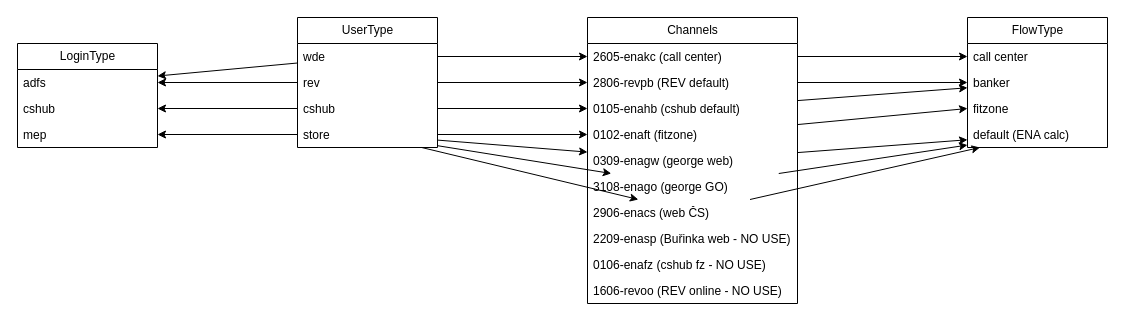
Above: ENA_model.drawio in ondrejtuma-ext43301/diagrams (draw.io), before the change. Source tidied: cells renumbered, new cells numbered last; positions are measured from the earlier drawing's top-left corner, leaving out a move shared by most shapes. Both pictures are drawn from the tidied source at 100%, with x=0, y=0 at pixel (17, 17).
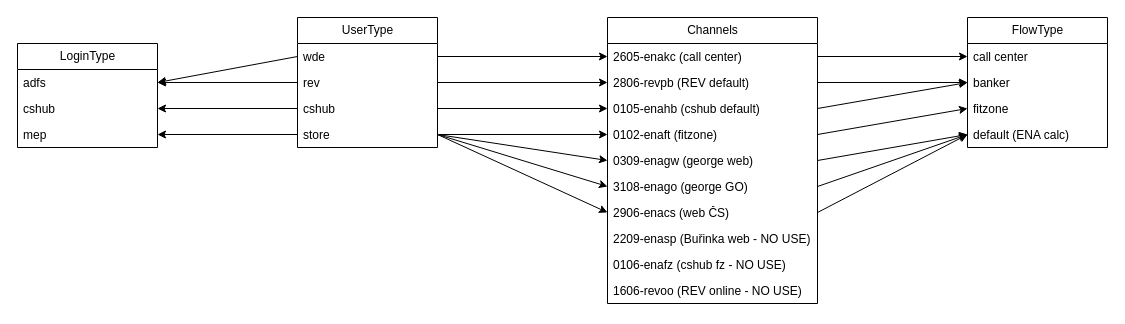
Above is the later version.

Unchanged cells that the change refers to:
```xml
<mxCell id="3" value="wde" style="text;strokeColor=none;fillColor=none;align=left;verticalAlign=top;spacingLeft=4;spacingRight=4;overflow=hidden;points=[[0,0.5],[1,0.5]];portConstraint=eastwest;whiteSpace=wrap;html=1;" parent="2" vertex="1">
  <mxGeometry y="26" width="140" height="26" as="geometry" />
</mxCell>
<mxCell id="4" value="rev" style="text;strokeColor=none;fillColor=none;align=left;verticalAlign=top;spacingLeft=4;spacingRight=4;overflow=hidden;points=[[0,0.5],[1,0.5]];portConstraint=eastwest;whiteSpace=wrap;html=1;" parent="2" vertex="1">
  <mxGeometry y="52" width="140" height="26" as="geometry" />
</mxCell>
<mxCell id="5" value="cshub" style="text;strokeColor=none;fillColor=none;align=left;verticalAlign=top;spacingLeft=4;spacingRight=4;overflow=hidden;points=[[0,0.5],[1,0.5]];portConstraint=eastwest;whiteSpace=wrap;html=1;" parent="2" vertex="1">
  <mxGeometry y="78" width="140" height="26" as="geometry" />
</mxCell>
<mxCell id="6" value="store" style="text;strokeColor=none;fillColor=none;align=left;verticalAlign=top;spacingLeft=4;spacingRight=4;overflow=hidden;points=[[0,0.5],[1,0.5]];portConstraint=eastwest;whiteSpace=wrap;html=1;" parent="2" vertex="1">
  <mxGeometry y="104" width="140" height="26" as="geometry" />
</mxCell>
<mxCell id="8" value="adfs" style="text;strokeColor=none;fillColor=none;align=left;verticalAlign=top;spacingLeft=4;spacingRight=4;overflow=hidden;points=[[0,0.5],[1,0.5]];portConstraint=eastwest;whiteSpace=wrap;html=1;" parent="7" vertex="1">
  <mxGeometry y="26" width="140" height="26" as="geometry" />
</mxCell>
<mxCell id="9" value="cshub" style="text;strokeColor=none;fillColor=none;align=left;verticalAlign=top;spacingLeft=4;spacingRight=4;overflow=hidden;points=[[0,0.5],[1,0.5]];portConstraint=eastwest;whiteSpace=wrap;html=1;" parent="7" vertex="1">
  <mxGeometry y="52" width="140" height="26" as="geometry" />
</mxCell>
<mxCell id="10" value="mep" style="text;strokeColor=none;fillColor=none;align=left;verticalAlign=top;spacingLeft=4;spacingRight=4;overflow=hidden;points=[[0,0.5],[1,0.5]];portConstraint=eastwest;whiteSpace=wrap;html=1;" parent="7" vertex="1">
  <mxGeometry y="78" width="140" height="26" as="geometry" />
</mxCell>
<mxCell id="12" value="2605-enakc (call center)" style="text;strokeColor=none;fillColor=none;align=left;verticalAlign=top;spacingLeft=4;spacingRight=4;overflow=hidden;points=[[0,0.5],[1,0.5]];portConstraint=eastwest;whiteSpace=wrap;html=1;" parent="11" vertex="1">
  <mxGeometry y="26" width="210" height="26" as="geometry" />
</mxCell>
<mxCell id="13" value="2806-revpb (REV default)" style="text;strokeColor=none;fillColor=none;align=left;verticalAlign=top;spacingLeft=4;spacingRight=4;overflow=hidden;points=[[0,0.5],[1,0.5]];portConstraint=eastwest;whiteSpace=wrap;html=1;" parent="11" vertex="1">
  <mxGeometry y="52" width="210" height="26" as="geometry" />
</mxCell>
<mxCell id="14" value="0105-enahb (cshub&amp;nbsp;default)" style="text;strokeColor=none;fillColor=none;align=left;verticalAlign=top;spacingLeft=4;spacingRight=4;overflow=hidden;points=[[0,0.5],[1,0.5]];portConstraint=eastwest;whiteSpace=wrap;html=1;" parent="11" vertex="1">
  <mxGeometry y="78" width="210" height="26" as="geometry" />
</mxCell>
<mxCell id="15" value="0102-enaft (fitzone)" style="text;strokeColor=none;fillColor=none;align=left;verticalAlign=top;spacingLeft=4;spacingRight=4;overflow=hidden;points=[[0,0.5],[1,0.5]];portConstraint=eastwest;whiteSpace=wrap;html=1;" parent="11" vertex="1">
  <mxGeometry y="104" width="210" height="26" as="geometry" />
</mxCell>
<mxCell id="16" value="0309-enagw (george web)" style="text;strokeColor=none;fillColor=none;align=left;verticalAlign=top;spacingLeft=4;spacingRight=4;overflow=hidden;points=[[0,0.5],[1,0.5]];portConstraint=eastwest;whiteSpace=wrap;html=1;" parent="11" vertex="1">
  <mxGeometry y="130" width="210" height="26" as="geometry" />
</mxCell>
<mxCell id="17" value="3108-enago (george GO)" style="text;strokeColor=none;fillColor=none;align=left;verticalAlign=top;spacingLeft=4;spacingRight=4;overflow=hidden;points=[[0,0.5],[1,0.5]];portConstraint=eastwest;whiteSpace=wrap;html=1;" parent="11" vertex="1">
  <mxGeometry y="156" width="210" height="26" as="geometry" />
</mxCell>
<mxCell id="18" value="2906-enacs (web ČS)" style="text;strokeColor=none;fillColor=none;align=left;verticalAlign=top;spacingLeft=4;spacingRight=4;overflow=hidden;points=[[0,0.5],[1,0.5]];portConstraint=eastwest;whiteSpace=wrap;html=1;" parent="11" vertex="1">
  <mxGeometry y="182" width="210" height="26" as="geometry" />
</mxCell>
<mxCell id="23" value="call center" style="text;strokeColor=none;fillColor=none;align=left;verticalAlign=top;spacingLeft=4;spacingRight=4;overflow=hidden;points=[[0,0.5],[1,0.5]];portConstraint=eastwest;whiteSpace=wrap;html=1;" parent="22" vertex="1">
  <mxGeometry y="26" width="140" height="26" as="geometry" />
</mxCell>
<mxCell id="24" value="banker" style="text;strokeColor=none;fillColor=none;align=left;verticalAlign=top;spacingLeft=4;spacingRight=4;overflow=hidden;points=[[0,0.5],[1,0.5]];portConstraint=eastwest;whiteSpace=wrap;html=1;" parent="22" vertex="1">
  <mxGeometry y="52" width="140" height="26" as="geometry" />
</mxCell>
<mxCell id="25" value="fitzone" style="text;strokeColor=none;fillColor=none;align=left;verticalAlign=top;spacingLeft=4;spacingRight=4;overflow=hidden;points=[[0,0.5],[1,0.5]];portConstraint=eastwest;whiteSpace=wrap;html=1;" parent="22" vertex="1">
  <mxGeometry y="78" width="140" height="26" as="geometry" />
</mxCell>
<mxCell id="26" value="default (ENA calc)" style="text;strokeColor=none;fillColor=none;align=left;verticalAlign=top;spacingLeft=4;spacingRight=4;overflow=hidden;points=[[0,0.5],[1,0.5]];portConstraint=eastwest;whiteSpace=wrap;html=1;" parent="22" vertex="1">
  <mxGeometry y="104" width="140" height="26" as="geometry" />
</mxCell>
```

Change to the diagram source:
```diff
@@
     <mxCell id="11" value="Channels" style="swimlane;fontStyle=0;horizontal=1;startSize=26;fillColor=none;html=1;" parent="1" vertex="1">
-      <mxGeometry x="570" width="210" height="286" as="geometry" />
+      <mxGeometry x="590" width="210" height="286" as="geometry" />
     </mxCell>
@@
-    <mxCell id="27" style="endArrow=classic;html=1;rounded=0;entryX=0;entryY=0.5;entryDx=0;entryDy=0;" parent="1" edge="1" source="15" target="25">
+    <mxCell id="27" style="endArrow=classic;html=1;rounded=0;entryX=0;entryY=0.5;entryDx=0;entryDy=0;exitX=1;exitY=0.5;exitDx=0;exitDy=0;" parent="1" edge="1" source="15" target="25">
       <mxGeometry relative="1" as="geometry" />
     </mxCell>
-    <mxCell id="28" style="endArrow=classic;html=1;rounded=0;" parent="1" edge="1" source="6" target="10">
+    <mxCell id="28" style="endArrow=classic;html=1;rounded=0;entryX=1;entryY=0.5;entryDx=0;entryDy=0;" parent="1" edge="1" source="6" target="10">
       <mxGeometry relative="1" as="geometry" />
     </mxCell>
-    <mxCell id="29" style="endArrow=classic;html=1;rounded=0;" parent="1" edge="1" source="16" target="26">
+    <mxCell id="29" style="endArrow=classic;html=1;rounded=0;exitX=1;exitY=0.5;exitDx=0;exitDy=0;entryX=0;entryY=0.5;entryDx=0;entryDy=0;" parent="1" edge="1" source="16" target="26">
       <mxGeometry relative="1" as="geometry" />
     </mxCell>
-    <mxCell id="30" style="endArrow=classic;html=1;rounded=0;" parent="1" edge="1" source="17" target="26">
+    <mxCell id="30" style="endArrow=classic;html=1;rounded=0;exitX=1;exitY=0.5;exitDx=0;exitDy=0;entryX=0;entryY=0.5;entryDx=0;entryDy=0;" parent="1" edge="1" source="17" target="26">
       <mxGeometry relative="1" as="geometry" />
     </mxCell>
-    <mxCell id="31" style="endArrow=classic;html=1;rounded=0;" parent="1" edge="1" source="12" target="23">
+    <mxCell id="31" style="endArrow=classic;html=1;rounded=0;entryX=0;entryY=0.5;entryDx=0;entryDy=0;exitX=1;exitY=0.5;exitDx=0;exitDy=0;" parent="1" edge="1" source="12" target="23">
       <mxGeometry relative="1" as="geometry" />
     </mxCell>
-    <mxCell id="32" style="endArrow=classic;html=1;rounded=0;" parent="1" edge="1" source="14" target="24">
+    <mxCell id="32" style="endArrow=classic;html=1;rounded=0;entryX=0;entryY=0.5;entryDx=0;entryDy=0;exitX=1;exitY=0.5;exitDx=0;exitDy=0;" parent="1" edge="1" source="14" target="24">
       <mxGeometry relative="1" as="geometry" />
     </mxCell>
-    <mxCell id="33" style="endArrow=classic;html=1;rounded=0;" parent="1" edge="1" source="13" target="24">
+    <mxCell id="33" style="endArrow=classic;html=1;rounded=0;entryX=0;entryY=0.5;entryDx=0;entryDy=0;exitX=1;exitY=0.5;exitDx=0;exitDy=0;" parent="1" edge="1" source="13" target="24">
       <mxGeometry relative="1" as="geometry" />
     </mxCell>
-    <mxCell id="34" style="endArrow=classic;html=1;rounded=0;" parent="1" edge="1" source="18" target="26">
+    <mxCell id="34" style="endArrow=classic;html=1;rounded=0;exitX=1;exitY=0.5;exitDx=0;exitDy=0;entryX=0;entryY=0.5;entryDx=0;entryDy=0;" parent="1" edge="1" source="18" target="26">
       <mxGeometry relative="1" as="geometry" />
     </mxCell>
-    <mxCell id="35" style="endArrow=classic;html=1;rounded=0;" parent="1" edge="1" source="5" target="9">
+    <mxCell id="35" style="endArrow=classic;html=1;rounded=0;exitX=0;exitY=0.5;exitDx=0;exitDy=0;entryX=1;entryY=0.5;entryDx=0;entryDy=0;" parent="1" edge="1" source="5" target="9">
       <mxGeometry relative="1" as="geometry" />
     </mxCell>
-    <mxCell id="36" style="endArrow=classic;html=1;rounded=0;" parent="1" edge="1" source="3" target="8">
+    <mxCell id="36" style="endArrow=classic;html=1;rounded=0;exitX=0;exitY=0.5;exitDx=0;exitDy=0;entryX=1;entryY=0.5;entryDx=0;entryDy=0;" parent="1" edge="1" source="3" target="8">
       <mxGeometry relative="1" as="geometry" />
     </mxCell>
-    <mxCell id="37" style="endArrow=classic;html=1;rounded=0;" parent="1" edge="1" source="4" target="8">
+    <mxCell id="37" style="endArrow=classic;html=1;rounded=0;exitX=0;exitY=0.5;exitDx=0;exitDy=0;entryX=1;entryY=0.5;entryDx=0;entryDy=0;" parent="1" edge="1" source="4" target="8">
       <mxGeometry relative="1" as="geometry" />
     </mxCell>
-    <mxCell id="38" style="endArrow=classic;html=1;rounded=0;" parent="1" edge="1" source="6" target="17">
+    <mxCell id="38" style="endArrow=classic;html=1;rounded=0;entryX=0;entryY=0.5;entryDx=0;entryDy=0;exitX=1;exitY=0.5;exitDx=0;exitDy=0;" parent="1" edge="1" source="6" target="17">
       <mxGeometry relative="1" as="geometry" />
     </mxCell>
-    <mxCell id="39" style="endArrow=classic;html=1;rounded=0;" parent="1" edge="1" source="6" target="16">
+    <mxCell id="39" style="endArrow=classic;html=1;rounded=0;entryX=0;entryY=0.5;entryDx=0;entryDy=0;exitX=1;exitY=0.5;exitDx=0;exitDy=0;" parent="1" edge="1" source="6" target="16">
       <mxGeometry relative="1" as="geometry" />
     </mxCell>
-    <mxCell id="40" style="endArrow=classic;html=1;rounded=0;" parent="1" edge="1" source="6" target="15">
+    <mxCell id="40" style="endArrow=classic;html=1;rounded=0;entryX=0;entryY=0.5;entryDx=0;entryDy=0;exitX=1;exitY=0.5;exitDx=0;exitDy=0;" parent="1" edge="1" source="6" target="15">
       <mxGeometry relative="1" as="geometry" />
     </mxCell>
-    <mxCell id="41" style="endArrow=classic;html=1;rounded=0;" parent="1" edge="1" source="6" target="18">
+    <mxCell id="41" style="endArrow=classic;html=1;rounded=0;entryX=0;entryY=0.5;entryDx=0;entryDy=0;exitX=1;exitY=0.5;exitDx=0;exitDy=0;" parent="1" edge="1" source="6" target="18">
       <mxGeometry relative="1" as="geometry" />
     </mxCell>
-    <mxCell id="42" style="endArrow=classic;html=1;rounded=0;" parent="1" edge="1" source="3" target="12">
+    <mxCell id="42" style="endArrow=classic;html=1;rounded=0;exitX=1;exitY=0.5;exitDx=0;exitDy=0;" parent="1" edge="1" source="3" target="12">
       <mxGeometry relative="1" as="geometry" />
     </mxCell>
-    <mxCell id="43" style="endArrow=classic;html=1;rounded=0;" parent="1" edge="1" source="4" target="13">
+    <mxCell id="43" style="endArrow=classic;html=1;rounded=0;entryX=0;entryY=0.5;entryDx=0;entryDy=0;exitX=1;exitY=0.5;exitDx=0;exitDy=0;" parent="1" edge="1" source="4" target="13">
       <mxGeometry relative="1" as="geometry" />
     </mxCell>
-    <mxCell id="44" style="endArrow=classic;html=1;rounded=0;" parent="1" edge="1" source="5" target="14">
+    <mxCell id="44" style="endArrow=classic;html=1;rounded=0;entryX=0;entryY=0.5;entryDx=0;entryDy=0;exitX=1;exitY=0.5;exitDx=0;exitDy=0;" parent="1" edge="1" source="5" target="14">
       <mxGeometry relative="1" as="geometry" />
     </mxCell>
```
